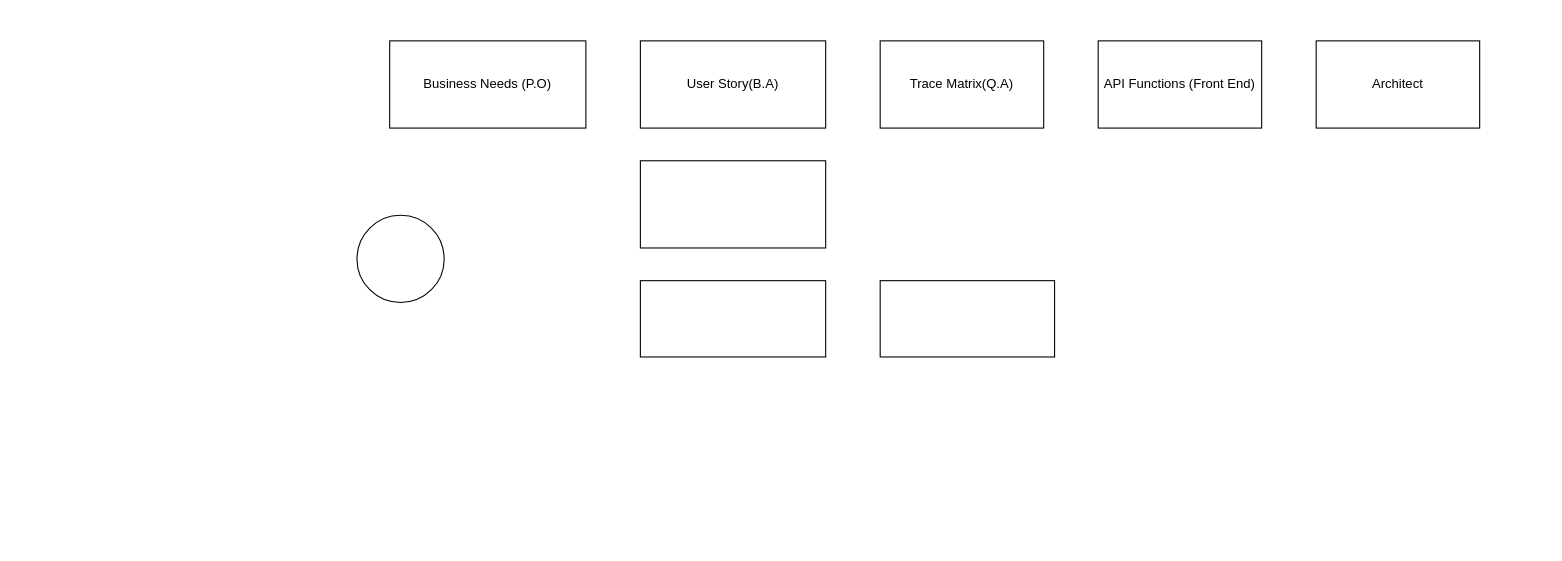
Earlier version of the draw.io diagram Untitled Diagram.drawio (annastazi02/diagrams). Source tidied: cells renumbered, new cells numbered last; positions are measured from the earlier drawing's top-left corner, leaving out a move shared by most shapes. Both pictures are drawn from the tidied source at 109%, with x=0, y=0 at pixel (356, 40).
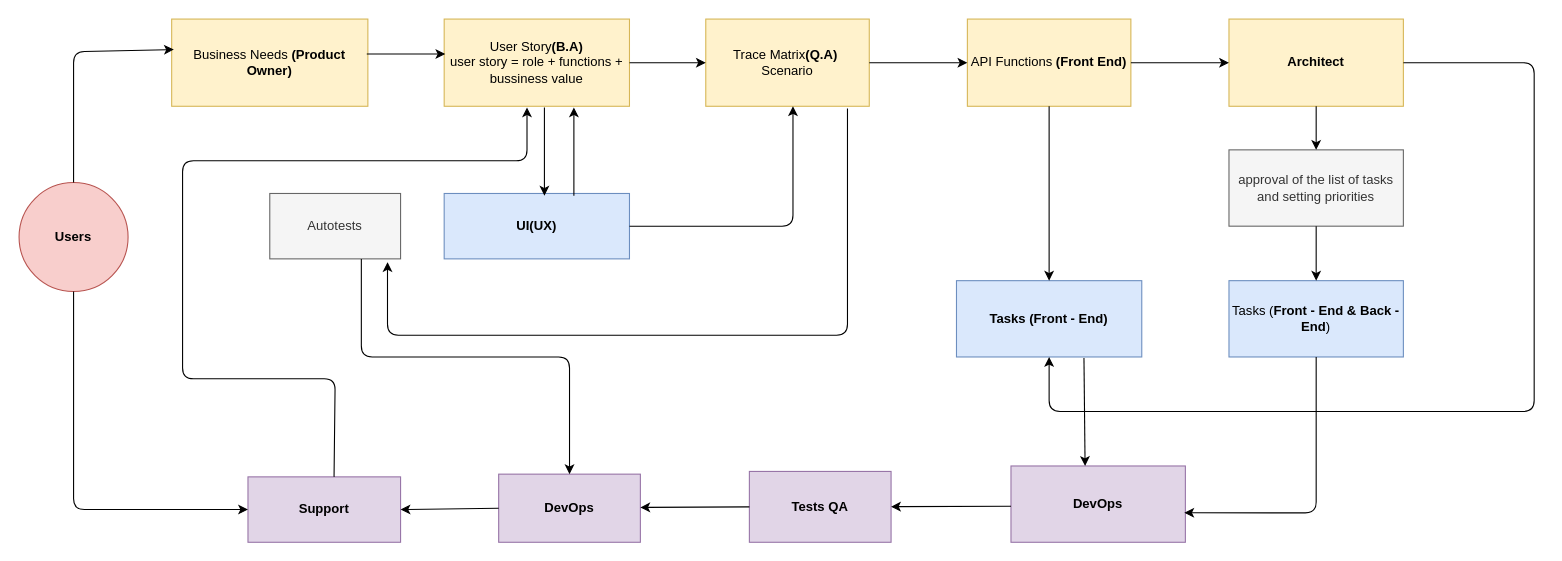
The same diagram, later.

What changed in the source:
```diff
@@
-    <mxCell id="2" value="Business Needs (P.O)" style="rounded=0;whiteSpace=wrap;html=1;" parent="1" vertex="1">
-      <mxGeometry x="30" width="180" height="80" as="geometry" />
+    <mxCell id="2" value="Business Needs &lt;b&gt;(Product Owner)&lt;/b&gt;" style="rounded=0;whiteSpace=wrap;html=1;fillColor=#fff2cc;strokeColor=#d6b656;" parent="1" vertex="1">
+      <mxGeometry x="-170" y="-20" width="180" height="80" as="geometry" />
     </mxCell>
-    <mxCell id="3" style="ellipse;whiteSpace=wrap;html=1;" parent="1" vertex="1">
-      <mxGeometry y="160" width="80" height="80" as="geometry" />
+    <mxCell id="3" value="&lt;b&gt;Users&lt;/b&gt;" style="ellipse;whiteSpace=wrap;html=1;fillColor=#f8cecc;strokeColor=#b85450;" parent="1" vertex="1">
+      <mxGeometry x="-310" y="130" width="100" height="100" as="geometry" />
     </mxCell>
-    <mxCell id="4" value="User Story(B.A)" style="rounded=0;whiteSpace=wrap;html=1;" parent="1" vertex="1">
-      <mxGeometry x="260" width="170" height="80" as="geometry" />
+    <mxCell id="4" value="User Story&lt;b&gt;(B.A)&lt;/b&gt;&lt;br&gt;user story = role + functions + bussiness value" style="rounded=0;whiteSpace=wrap;html=1;fillColor=#fff2cc;strokeColor=#d6b656;" parent="1" vertex="1">
+      <mxGeometry x="80" y="-20" width="170" height="80" as="geometry" />
     </mxCell>
-    <mxCell id="5" value="Trace Matrix(Q.A)" style="rounded=0;whiteSpace=wrap;html=1;" parent="1" vertex="1">
-      <mxGeometry x="480" width="150" height="80" as="geometry" />
+    <mxCell id="5" value="Trace Matrix&lt;b&gt;(Q.A)&lt;/b&gt;&amp;nbsp;&lt;br&gt;Scenario" style="rounded=0;whiteSpace=wrap;html=1;fillColor=#fff2cc;strokeColor=#d6b656;" parent="1" vertex="1">
+      <mxGeometry x="320" y="-20" width="150" height="80" as="geometry" />
     </mxCell>
-    <mxCell id="6" value="API Functions (Front End)" style="rounded=0;whiteSpace=wrap;html=1;" parent="1" vertex="1">
-      <mxGeometry x="680" width="150" height="80" as="geometry" />
+    <mxCell id="6" value="API Functions &lt;b&gt;(Front End)&lt;/b&gt;" style="rounded=0;whiteSpace=wrap;html=1;fillColor=#fff2cc;strokeColor=#d6b656;" parent="1" vertex="1">
+      <mxGeometry x="560" y="-20" width="150" height="80" as="geometry" />
     </mxCell>
-    <mxCell id="7" value="Architect" style="rounded=0;whiteSpace=wrap;html=1;" parent="1" vertex="1">
-      <mxGeometry x="880" width="150" height="80" as="geometry" />
+    <mxCell id="7" value="&lt;b&gt;Architect&lt;/b&gt;" style="rounded=0;whiteSpace=wrap;html=1;fillColor=#fff2cc;strokeColor=#d6b656;" parent="1" vertex="1">
+      <mxGeometry x="800" y="-20" width="160" height="80" as="geometry" />
     </mxCell>
-    <mxCell id="8" style="rounded=0;whiteSpace=wrap;html=1;" parent="1" vertex="1">
-      <mxGeometry x="260" y="110" width="170" height="80" as="geometry" />
+    <mxCell id="8" value="Tasks (&lt;b&gt;Front - End &amp;amp; Back - End&lt;/b&gt;)" style="rounded=0;whiteSpace=wrap;html=1;fillColor=#dae8fc;strokeColor=#6c8ebf;" parent="1" vertex="1">
+      <mxGeometry x="800" y="220" width="160" height="70" as="geometry" />
     </mxCell>
-    <mxCell id="9" style="rounded=0;whiteSpace=wrap;html=1;" parent="1" vertex="1">
-      <mxGeometry x="260" y="220" width="170" height="70" as="geometry" />
+    <mxCell id="9" value="&lt;b&gt;Tasks (Front - End)&lt;/b&gt;" style="rounded=0;whiteSpace=wrap;html=1;fillColor=#dae8fc;strokeColor=#6c8ebf;" parent="1" vertex="1">
+      <mxGeometry x="550" y="220" width="170" height="70" as="geometry" />
     </mxCell>
-    <mxCell id="10" style="rounded=0;whiteSpace=wrap;html=1;" parent="1" vertex="1">
-      <mxGeometry x="480" y="220" width="160" height="70" as="geometry" />
+    <mxCell id="10" value="approval of the list of tasks and setting priorities" style="rounded=0;whiteSpace=wrap;html=1;fillColor=#f5f5f5;strokeColor=#666666;fontColor=#333333;" parent="1" vertex="1">
+      <mxGeometry x="800" y="100" width="160" height="70" as="geometry" />
     </mxCell>
+    <mxCell id="11" value="&lt;b&gt;UI(UX)&lt;/b&gt;" style="rounded=0;whiteSpace=wrap;html=1;fillColor=#dae8fc;strokeColor=#6c8ebf;" parent="1" vertex="1">
+      <mxGeometry x="80" y="140" width="170" height="60" as="geometry" />
+    </mxCell>
+    <mxCell id="12" value="Autotests" style="rounded=0;whiteSpace=wrap;html=1;fillColor=#f5f5f5;strokeColor=#666666;fontColor=#333333;" parent="1" vertex="1">
+      <mxGeometry x="-80" y="140" width="120" height="60" as="geometry" />
+    </mxCell>
+    <mxCell id="13" value="&lt;b&gt;DevOps&lt;/b&gt;" style="rounded=0;whiteSpace=wrap;html=1;fillColor=#e1d5e7;strokeColor=#9673a6;" parent="1" vertex="1">
+      <mxGeometry x="600" y="390" width="160" height="70" as="geometry" />
+    </mxCell>
+    <mxCell id="14" value="&lt;b&gt;Tests QA&lt;/b&gt;" style="rounded=0;whiteSpace=wrap;html=1;fillColor=#e1d5e7;strokeColor=#9673a6;" parent="1" vertex="1">
+      <mxGeometry x="360" y="395" width="130" height="65" as="geometry" />
+    </mxCell>
+    <mxCell id="15" value="&lt;b&gt;DevOps&lt;/b&gt;" style="rounded=0;whiteSpace=wrap;html=1;fillColor=#e1d5e7;strokeColor=#9673a6;" parent="1" vertex="1">
+      <mxGeometry x="130" y="397.5" width="130" height="62.5" as="geometry" />
+    </mxCell>
+    <mxCell id="16" value="&lt;b&gt;Support&lt;/b&gt;" style="rounded=0;whiteSpace=wrap;html=1;fillColor=#e1d5e7;strokeColor=#9673a6;" parent="1" vertex="1">
+      <mxGeometry x="-100" y="400" width="140" height="60" as="geometry" />
+    </mxCell>
+    <mxCell id="17" style="endArrow=classic;html=1;exitX=0.5;exitY=1;exitDx=0;exitDy=0;entryX=0;entryY=0.5;entryDx=0;entryDy=0;" parent="1" edge="1" source="3" target="16">
+      <mxGeometry relative="1" as="geometry">
+        <Array as="points">
+          <mxPoint x="-260" y="430" />
+        </Array>
+      </mxGeometry>
+    </mxCell>
+    <mxCell id="18" style="endArrow=classic;html=1;exitX=0.5;exitY=0;exitDx=0;exitDy=0;entryX=0.011;entryY=0.35;entryDx=0;entryDy=0;entryPerimeter=0;" parent="1" edge="1" source="3" target="2">
+      <mxGeometry relative="1" as="geometry">
+        <Array as="points">
+          <mxPoint x="-260" y="10" />
+        </Array>
+      </mxGeometry>
+    </mxCell>
+    <mxCell id="19" style="endArrow=classic;html=1;exitX=0.564;exitY=0;exitDx=0;exitDy=0;exitPerimeter=0;entryX=0.447;entryY=1.013;entryDx=0;entryDy=0;entryPerimeter=0;" parent="1" edge="1" source="16" target="4">
+      <mxGeometry relative="1" as="geometry">
+        <Array as="points">
+          <mxPoint x="-20" y="310" />
+          <mxPoint x="-90" y="310" />
+          <mxPoint x="-160" y="310" />
+          <mxPoint x="-160" y="110" />
+          <mxPoint x="156" y="110" />
+        </Array>
+      </mxGeometry>
+    </mxCell>
+    <mxCell id="20" style="endArrow=classic;html=1;exitX=0.7;exitY=1;exitDx=0;exitDy=0;entryX=0.5;entryY=0;entryDx=0;entryDy=0;exitPerimeter=0;" parent="1" edge="1" source="12" target="15">
+      <mxGeometry relative="1" as="geometry">
+        <Array as="points">
+          <mxPoint x="4" y="290" />
+          <mxPoint x="195" y="290" />
+        </Array>
+      </mxGeometry>
+    </mxCell>
+    <mxCell id="21" style="endArrow=classic;html=1;exitX=0.541;exitY=1.013;exitDx=0;exitDy=0;exitPerimeter=0;entryX=0.541;entryY=0.033;entryDx=0;entryDy=0;entryPerimeter=0;" parent="1" edge="1" source="4" target="11">
+      <mxGeometry relative="1" as="geometry" />
+    </mxCell>
+    <mxCell id="22" style="endArrow=classic;html=1;entryX=0.7;entryY=1.013;entryDx=0;entryDy=0;entryPerimeter=0;" parent="1" edge="1" target="4">
+      <mxGeometry relative="1" as="geometry">
+        <mxPoint x="199" y="142" as="sourcePoint" />
+      </mxGeometry>
+    </mxCell>
+    <mxCell id="23" style="endArrow=classic;html=1;exitX=1;exitY=0.5;exitDx=0;exitDy=0;" parent="1" edge="1" source="11">
+      <mxGeometry relative="1" as="geometry">
+        <mxPoint x="400" y="60" as="targetPoint" />
+        <Array as="points">
+          <mxPoint x="400" y="170" />
+        </Array>
+      </mxGeometry>
+    </mxCell>
+    <mxCell id="24" style="endArrow=classic;html=1;entryX=0.006;entryY=0.4;entryDx=0;entryDy=0;entryPerimeter=0;" parent="1" edge="1" target="4">
+      <mxGeometry relative="1" as="geometry">
+        <mxPoint x="9" y="12" as="sourcePoint" />
+      </mxGeometry>
+    </mxCell>
+    <mxCell id="25" style="endArrow=classic;html=1;exitX=1;exitY=0.5;exitDx=0;exitDy=0;entryX=0;entryY=0.5;entryDx=0;entryDy=0;" parent="1" edge="1" source="4" target="5">
+      <mxGeometry relative="1" as="geometry" />
+    </mxCell>
+    <mxCell id="26" style="endArrow=classic;html=1;exitX=1;exitY=0.5;exitDx=0;exitDy=0;entryX=0;entryY=0.5;entryDx=0;entryDy=0;" parent="1" edge="1" source="5" target="6">
+      <mxGeometry relative="1" as="geometry" />
+    </mxCell>
+    <mxCell id="27" style="endArrow=classic;html=1;exitX=1;exitY=0.5;exitDx=0;exitDy=0;entryX=0;entryY=0.5;entryDx=0;entryDy=0;" parent="1" edge="1" source="6" target="7">
+      <mxGeometry relative="1" as="geometry" />
+    </mxCell>
+    <mxCell id="28" style="endArrow=classic;html=1;exitX=0.5;exitY=1;exitDx=0;exitDy=0;entryX=0.5;entryY=0;entryDx=0;entryDy=0;" parent="1" edge="1" source="7" target="10">
+      <mxGeometry relative="1" as="geometry" />
+    </mxCell>
+    <mxCell id="29" style="endArrow=classic;html=1;exitX=0.5;exitY=1;exitDx=0;exitDy=0;entryX=0.5;entryY=0;entryDx=0;entryDy=0;" parent="1" edge="1" source="10" target="8">
+      <mxGeometry relative="1" as="geometry" />
+    </mxCell>
+    <mxCell id="30" style="endArrow=classic;html=1;exitX=0.5;exitY=1;exitDx=0;exitDy=0;entryX=0.5;entryY=0;entryDx=0;entryDy=0;" parent="1" edge="1" source="6" target="9">
+      <mxGeometry relative="1" as="geometry" />
+    </mxCell>
+    <mxCell id="31" style="endArrow=classic;html=1;exitX=1;exitY=0.5;exitDx=0;exitDy=0;entryX=0.5;entryY=1;entryDx=0;entryDy=0;" parent="1" edge="1" source="7" target="9">
+      <mxGeometry relative="1" as="geometry">
+        <Array as="points">
+          <mxPoint x="1080" y="20" />
+          <mxPoint x="1080" y="340" />
+          <mxPoint x="635" y="340" />
+        </Array>
+      </mxGeometry>
+    </mxCell>
+    <mxCell id="32" style="endArrow=classic;html=1;exitX=0.5;exitY=1;exitDx=0;exitDy=0;entryX=0.994;entryY=0.614;entryDx=0;entryDy=0;entryPerimeter=0;" parent="1" edge="1" source="8" target="13">
+      <mxGeometry relative="1" as="geometry">
+        <Array as="points">
+          <mxPoint x="880" y="433" />
+        </Array>
+      </mxGeometry>
+    </mxCell>
+    <mxCell id="33" style="endArrow=classic;html=1;exitX=0.688;exitY=1.014;exitDx=0;exitDy=0;exitPerimeter=0;entryX=0.425;entryY=0;entryDx=0;entryDy=0;entryPerimeter=0;" parent="1" edge="1" source="9" target="13">
+      <mxGeometry relative="1" as="geometry" />
+    </mxCell>
+    <mxCell id="34" style="endArrow=classic;html=1;entryX=0.9;entryY=1.05;entryDx=0;entryDy=0;entryPerimeter=0;" parent="1" edge="1" target="12">
+      <mxGeometry relative="1" as="geometry">
+        <mxPoint x="450" y="62" as="sourcePoint" />
+        <Array as="points">
+          <mxPoint x="450" y="270" />
+          <mxPoint x="28" y="270" />
+        </Array>
+      </mxGeometry>
+    </mxCell>
+    <mxCell id="35" style="endArrow=classic;html=1;" parent="1" edge="1" target="14">
+      <mxGeometry relative="1" as="geometry">
+        <mxPoint x="600" y="427" as="sourcePoint" />
+      </mxGeometry>
+    </mxCell>
+    <mxCell id="36" style="endArrow=classic;html=1;exitX=0;exitY=0.5;exitDx=0;exitDy=0;" parent="1" edge="1" source="14">
+      <mxGeometry relative="1" as="geometry">
+        <mxPoint x="260" y="428" as="targetPoint" />
+      </mxGeometry>
+    </mxCell>
+    <mxCell id="37" style="endArrow=classic;html=1;exitX=0;exitY=0.5;exitDx=0;exitDy=0;entryX=1;entryY=0.5;entryDx=0;entryDy=0;" parent="1" edge="1" source="15" target="16">
+      <mxGeometry relative="1" as="geometry" />
+    </mxCell>
```
